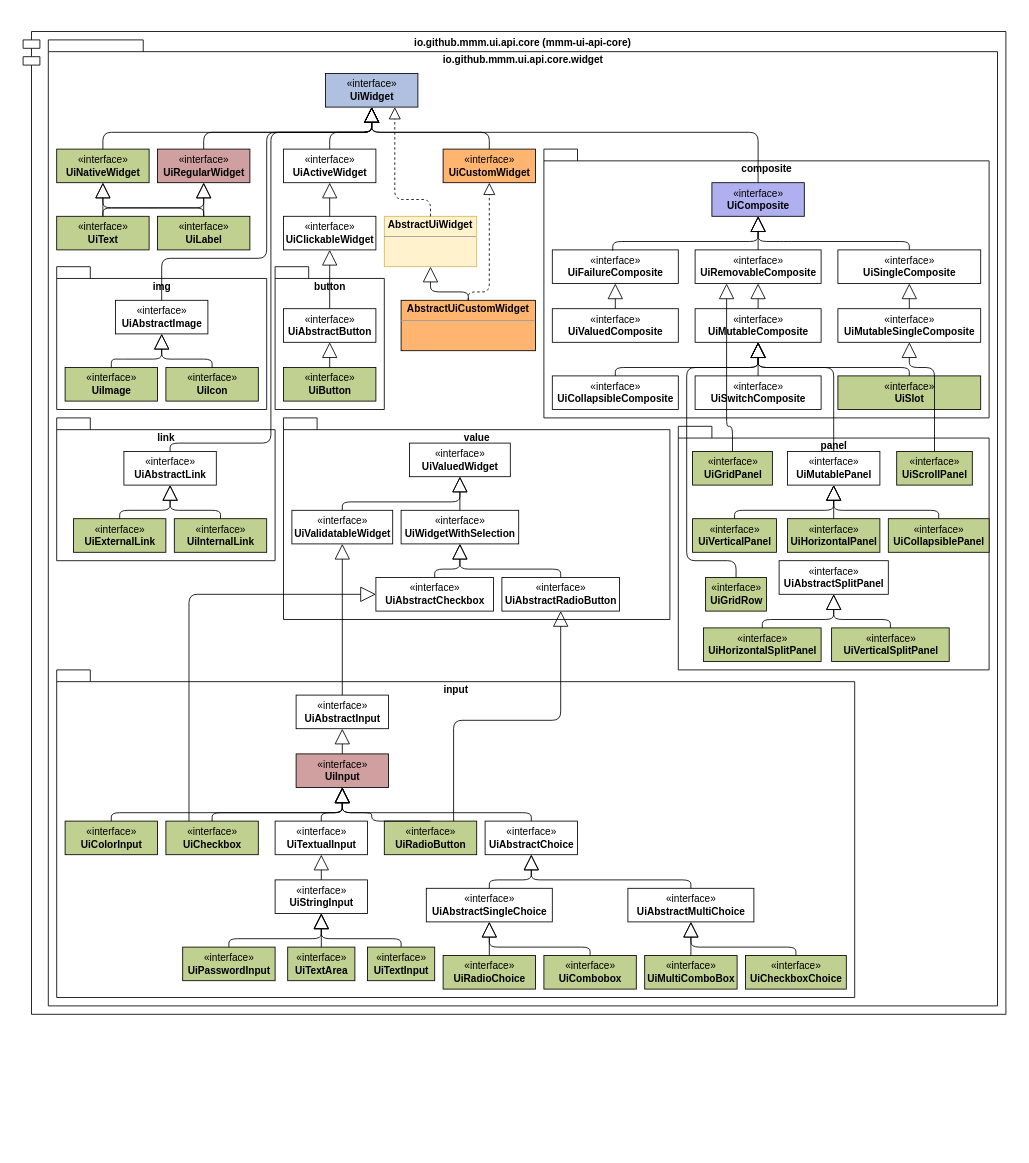
Earlier version of the draw.io diagram src/main/javadoc/doc-files/ui-api-core.drawio (m-m-m/ui-api). Source tidied: cells renumbered, new cells numbered last; positions are measured from the earlier drawing's top-left corner, leaving out a move shared by most shapes. Both pictures are drawn from the tidied source at 84%, with x=0, y=0 at pixel (23, 31).
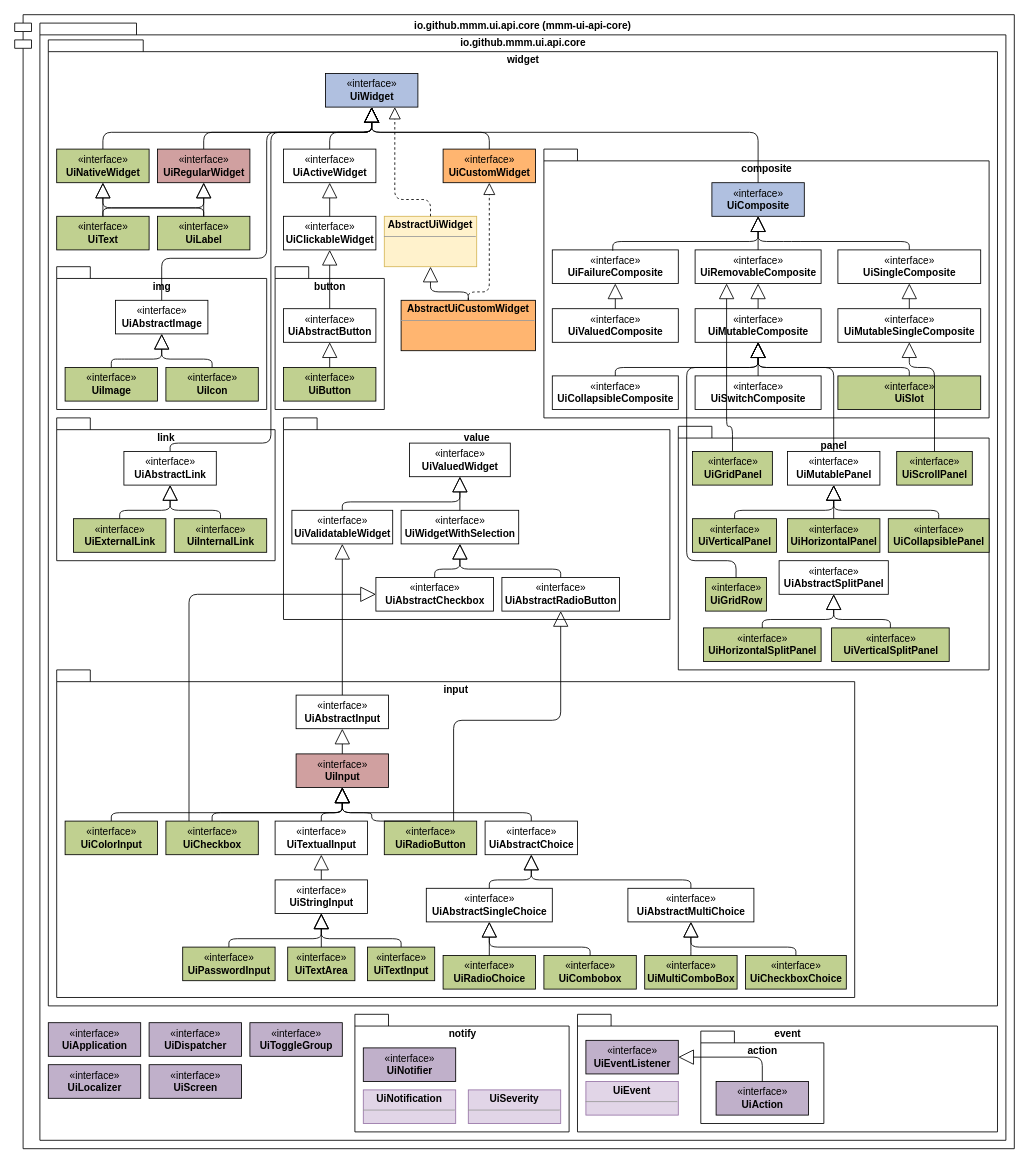
Above is the later version.

Diff of the diagram source:
```diff
@@
     <mxCell id="2" value="io.github.mmm.ui.api.core (mmm-ui-api-core)" style="shape=module;align=left;spacingLeft=20;align=center;verticalAlign=top;fontStyle=1;" parent="1" vertex="1">
-      <mxGeometry width="1170" height="1170" as="geometry" />
+      <mxGeometry x="-10" y="-20" width="1190" height="1350" as="geometry" />
     </mxCell>
+    <mxCell id="133" value="io.github.mmm.ui.api.core" style="shape=folder;fontStyle=1;spacingTop=10;tabWidth=40;tabHeight=14;tabPosition=left;html=1;fillColor=none;verticalAlign=top;" parent="1" vertex="1">
+      <mxGeometry x="20" y="-10" width="1150" height="1330" as="geometry" />
+    </mxCell>
-    <mxCell id="3" value="io.github.mmm.ui.api.core.widget" style="shape=folder;fontStyle=1;spacingTop=10;tabWidth=40;tabHeight=14;tabPosition=left;html=1;fillColor=none;verticalAlign=top;" parent="1" vertex="1">
+    <mxCell id="3" value="widget" style="shape=folder;fontStyle=1;spacingTop=10;tabWidth=40;tabHeight=14;tabPosition=left;html=1;fillColor=none;verticalAlign=top;" parent="1" vertex="1">
       <mxGeometry x="30" y="10" width="1130" height="1150" as="geometry" />
     </mxCell>
@@
-    <mxCell id="27" value="«interface»&lt;br&gt;&lt;b&gt;UiComposite&lt;/b&gt;" style="html=1;fillColor=#B0B0F0;" parent="1" vertex="1">
+    <mxCell id="27" value="«interface»&lt;br&gt;&lt;b&gt;UiComposite&lt;/b&gt;" style="html=1;fillColor=#B0C0E0;" parent="1" vertex="1">
       <mxGeometry x="820" y="180" width="110" height="40" as="geometry" />
     </mxCell>
@@
+    <mxCell id="134" value="«interface»&lt;br&gt;&lt;b&gt;UiApplication&lt;/b&gt;" style="html=1;fillColor=#C0B0CA;" parent="1" vertex="1">
+      <mxGeometry x="30" y="1180" width="110" height="40" as="geometry" />
+    </mxCell>
+    <mxCell id="135" value="«interface»&lt;br&gt;&lt;b&gt;UiDispatcher&lt;/b&gt;" style="html=1;fillColor=#C0B0CA;" parent="1" vertex="1">
+      <mxGeometry x="150" y="1180" width="110" height="40" as="geometry" />
+    </mxCell>
+    <mxCell id="136" value="«interface»&lt;br&gt;&lt;b&gt;UiLocalizer&lt;/b&gt;" style="html=1;fillColor=#C0B0CA;" parent="1" vertex="1">
+      <mxGeometry x="30" y="1230" width="110" height="40" as="geometry" />
+    </mxCell>
+    <mxCell id="137" value="«interface»&lt;br&gt;&lt;b&gt;UiScreen&lt;/b&gt;" style="html=1;fillColor=#C0B0CA;" parent="1" vertex="1">
+      <mxGeometry x="150" y="1230" width="110" height="40" as="geometry" />
+    </mxCell>
+    <mxCell id="138" value="«interface»&lt;br&gt;&lt;b&gt;UiToggleGroup&lt;/b&gt;" style="html=1;fillColor=#C0B0CA;" parent="1" vertex="1">
+      <mxGeometry x="270" y="1180" width="110" height="40" as="geometry" />
+    </mxCell>
+    <mxCell id="139" value="notify" style="shape=folder;fontStyle=1;spacingTop=10;tabWidth=40;tabHeight=14;tabPosition=left;html=1;fillColor=none;verticalAlign=top;" parent="1" vertex="1">
+      <mxGeometry x="395" y="1170" width="255" height="140" as="geometry" />
+    </mxCell>
+    <mxCell id="140" value="«interface»&lt;br&gt;&lt;b&gt;UiNotifier&lt;/b&gt;" style="html=1;fillColor=#C0B0CA;" parent="1" vertex="1">
+      <mxGeometry x="405" y="1210" width="110" height="40" as="geometry" />
+    </mxCell>
+    <mxCell id="141" value="&lt;p style=&quot;margin: 0px ; margin-top: 4px ; text-align: center&quot;&gt;&lt;b&gt;UiNotification&lt;/b&gt;&lt;br&gt;&lt;/p&gt;&lt;hr size=&quot;1&quot;&gt;&lt;div style=&quot;height: 2px&quot;&gt;&lt;/div&gt;" style="verticalAlign=top;align=left;overflow=fill;fontSize=12;fontFamily=Helvetica;html=1;fillColor=#e1d5e7;strokeColor=#9673a6;" parent="1" vertex="1">
+      <mxGeometry x="405" y="1260" width="110" height="40" as="geometry" />
+    </mxCell>
+    <mxCell id="142" value="&lt;p style=&quot;margin: 0px ; margin-top: 4px ; text-align: center&quot;&gt;&lt;b&gt;UiSeverity&lt;/b&gt;&lt;br&gt;&lt;/p&gt;&lt;hr size=&quot;1&quot;&gt;&lt;div style=&quot;height: 2px&quot;&gt;&lt;/div&gt;" style="verticalAlign=top;align=left;overflow=fill;fontSize=12;fontFamily=Helvetica;html=1;fillColor=#e1d5e7;strokeColor=#9673a6;" parent="1" vertex="1">
+      <mxGeometry x="530" y="1260" width="110" height="40" as="geometry" />
+    </mxCell>
+    <mxCell id="143" value="event" style="shape=folder;fontStyle=1;spacingTop=10;tabWidth=40;tabHeight=14;tabPosition=left;html=1;fillColor=none;verticalAlign=top;" parent="1" vertex="1">
+      <mxGeometry x="660" y="1170" width="500" height="140" as="geometry" />
+    </mxCell>
+    <mxCell id="144" value="&lt;p style=&quot;margin: 0px ; margin-top: 4px ; text-align: center&quot;&gt;&lt;b&gt;UiEvent&lt;/b&gt;&lt;br&gt;&lt;/p&gt;&lt;hr size=&quot;1&quot;&gt;&lt;div style=&quot;height: 2px&quot;&gt;&lt;/div&gt;" style="verticalAlign=top;align=left;overflow=fill;fontSize=12;fontFamily=Helvetica;html=1;fillColor=#e1d5e7;strokeColor=#9673a6;" parent="1" vertex="1">
+      <mxGeometry x="670" y="1250" width="110" height="40" as="geometry" />
+    </mxCell>
+    <mxCell id="145" value="«interface»&lt;br&gt;&lt;b&gt;UiEventListener&lt;/b&gt;" style="html=1;fillColor=#C0B0CA;" parent="1" vertex="1">
+      <mxGeometry x="670" y="1201" width="110" height="40" as="geometry" />
+    </mxCell>
+    <mxCell id="146" value="action" style="shape=folder;fontStyle=1;spacingTop=10;tabWidth=40;tabHeight=14;tabPosition=left;html=1;fillColor=none;verticalAlign=top;" parent="1" vertex="1">
+      <mxGeometry x="806.8" y="1190" width="146.5" height="110" as="geometry" />
+    </mxCell>
+    <mxCell id="147" value="«interface»&lt;br&gt;&lt;b&gt;UiAction&lt;/b&gt;" style="html=1;fillColor=#C0B0CA;" parent="1" vertex="1">
+      <mxGeometry x="825" y="1250" width="110" height="40" as="geometry" />
+    </mxCell>
+    <mxCell id="148" style="endArrow=block;endSize=16;endFill=0;html=1;entryX=1;entryY=0.5;entryDx=0;entryDy=0;edgeStyle=orthogonalEdgeStyle;exitX=0.5;exitY=0;exitDx=0;exitDy=0;" parent="1" edge="1" source="147" target="145">
+      <mxGeometry relative="1" as="geometry">
+        <Array as="points">
+          <mxPoint x="880" y="1221" />
+        </Array>
+      </mxGeometry>
+    </mxCell>
```
